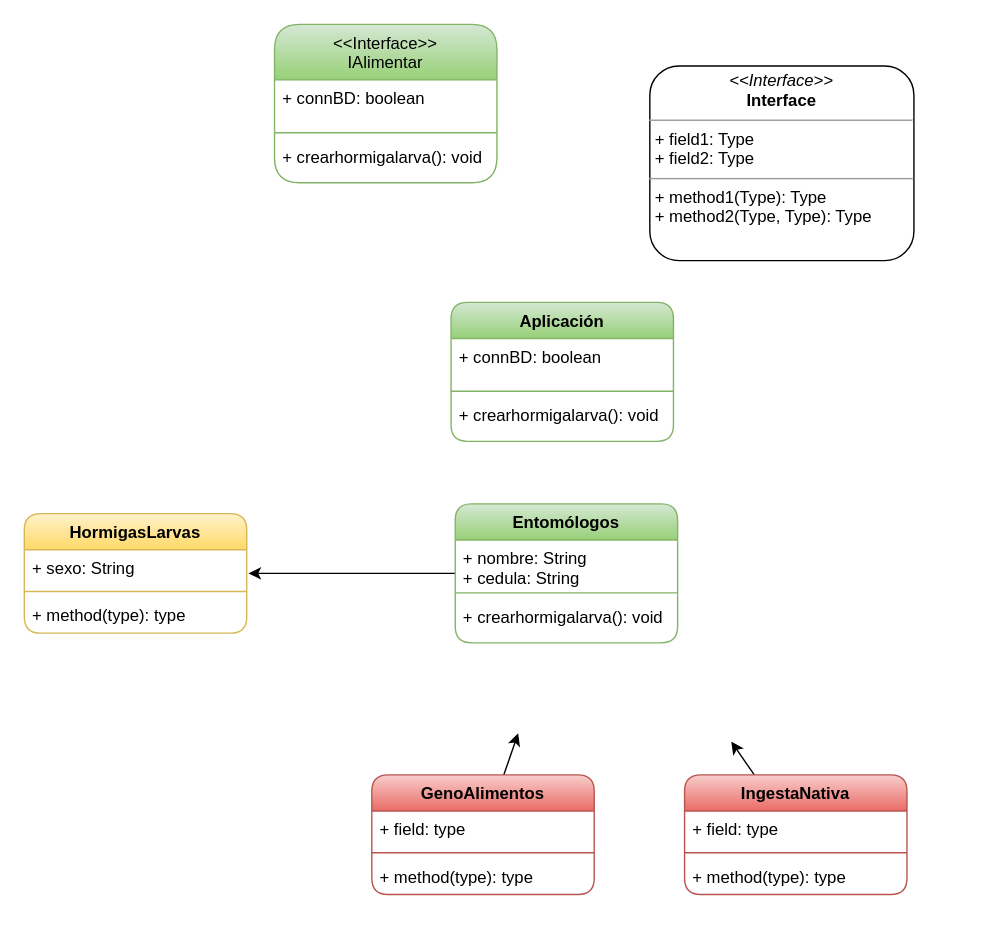
Before: Design/mrDC.dio in Marckr02/MREcuFauna, a draw.io diagram. Source tidied: cells renumbered, new cells numbered last; positions are measured from the earlier drawing's top-left corner, leaving out a move shared by most shapes. Both pictures are drawn from the tidied source at 139%, with x=0, y=0 at pixel (24, 24).
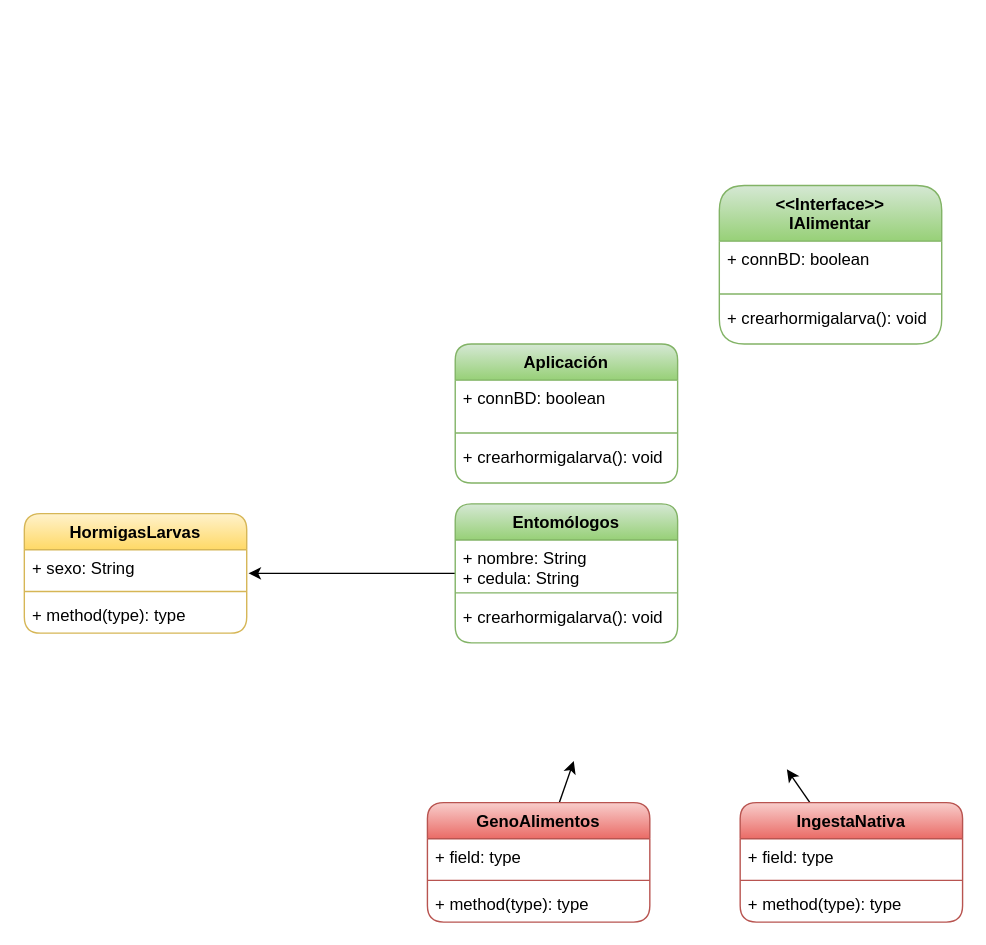
Above is the later version.

Commit message:
Actualización del diagrama de clases

Diff of the diagram source:
```diff
@@
     <mxCell id="11" style="edgeStyle=none;rounded=1;html=1;entryX=0.002;entryY=0.774;entryDx=0;entryDy=0;entryPerimeter=0;" parent="1" edge="1" source="12">
       <mxGeometry relative="1" as="geometry">
-        <mxPoint x="355.3" y="510.1" as="targetPoint" />
+        <mxPoint x="395.3" y="530" as="targetPoint" />
       </mxGeometry>
     </mxCell>
     <mxCell id="12" value="GenoAlimentos" style="swimlane;fontStyle=1;align=center;verticalAlign=top;horizontal=1;startSize=26;rounded=1;fillColor=#f8cecc;gradientColor=#ea6b66;strokeColor=#b85450;" parent="1" vertex="1">
-      <mxGeometry x="250" y="540" width="160" height="86" as="geometry" />
+      <mxGeometry x="290" y="559.9" width="160" height="86" as="geometry" />
     </mxCell>
@@
     <mxCell id="16" style="edgeStyle=none;rounded=1;html=1;entryX=0.96;entryY=1.005;entryDx=0;entryDy=0;entryPerimeter=0;" parent="1" edge="1" source="17">
       <mxGeometry relative="1" as="geometry">
-        <mxPoint x="508.6" y="516.1" as="targetPoint" />
+        <mxPoint x="548.6" y="536" as="targetPoint" />
       </mxGeometry>
     </mxCell>
     <mxCell id="17" value="IngestaNativa" style="swimlane;fontStyle=1;align=center;verticalAlign=top;horizontal=1;startSize=26;rounded=1;fillColor=#f8cecc;gradientColor=#ea6b66;strokeColor=#b85450;" parent="1" vertex="1">
-      <mxGeometry x="475" y="540" width="160" height="86" as="geometry" />
+      <mxGeometry x="515" y="559.9" width="160" height="86" as="geometry" />
     </mxCell>
@@
     <mxCell id="21" value="Aplicación" style="swimlane;fontStyle=1;align=center;verticalAlign=top;horizontal=1;startSize=26;rounded=1;fillColor=#d5e8d4;strokeColor=#82b366;gradientColor=#97d077;" parent="1" vertex="1">
-      <mxGeometry x="307" y="200" width="160" height="100" as="geometry" />
+      <mxGeometry x="310" y="230" width="160" height="100" as="geometry" />
     </mxCell>
@@
-    <mxCell id="25" value="&lt;p style=&quot;margin:0px;margin-top:4px;text-align:center;&quot;&gt;&lt;i&gt;&amp;lt;&amp;lt;Interface&amp;gt;&amp;gt;&lt;/i&gt;&lt;br/&gt;&lt;b&gt;Interface&lt;/b&gt;&lt;/p&gt;&lt;hr size=&quot;1&quot;/&gt;&lt;p style=&quot;margin:0px;margin-left:4px;&quot;&gt;+ field1: Type&lt;br/&gt;+ field2: Type&lt;/p&gt;&lt;hr size=&quot;1&quot;/&gt;&lt;p style=&quot;margin:0px;margin-left:4px;&quot;&gt;+ method1(Type): Type&lt;br/&gt;+ method2(Type, Type): Type&lt;/p&gt;" style="verticalAlign=top;align=left;overflow=fill;fontSize=12;fontFamily=Helvetica;html=1;rounded=1;" parent="1" vertex="1">
-      <mxGeometry x="450" y="30" width="190" height="140" as="geometry" />
-    </mxCell>
-    <mxCell id="26" value="&lt;&lt;Interface&gt;&gt;&#10;IAlimentar" style="swimlane;fontStyle=0;align=center;verticalAlign=top;horizontal=1;startSize=40;rounded=1;fillColor=#d5e8d4;strokeColor=#82b366;gradientColor=#97d077;" parent="1" vertex="1">
-      <mxGeometry x="180" width="160" height="114" as="geometry" />
+    <mxCell id="26" value="&lt;&lt;Interface&gt;&gt;&#10;IAlimentar" style="swimlane;fontStyle=1;align=center;verticalAlign=top;horizontal=1;startSize=40;rounded=1;fillColor=#d5e8d4;strokeColor=#82b366;gradientColor=#97d077;" parent="1" vertex="1">
+      <mxGeometry x="500" y="116" width="160" height="114" as="geometry" />
     </mxCell>
```
